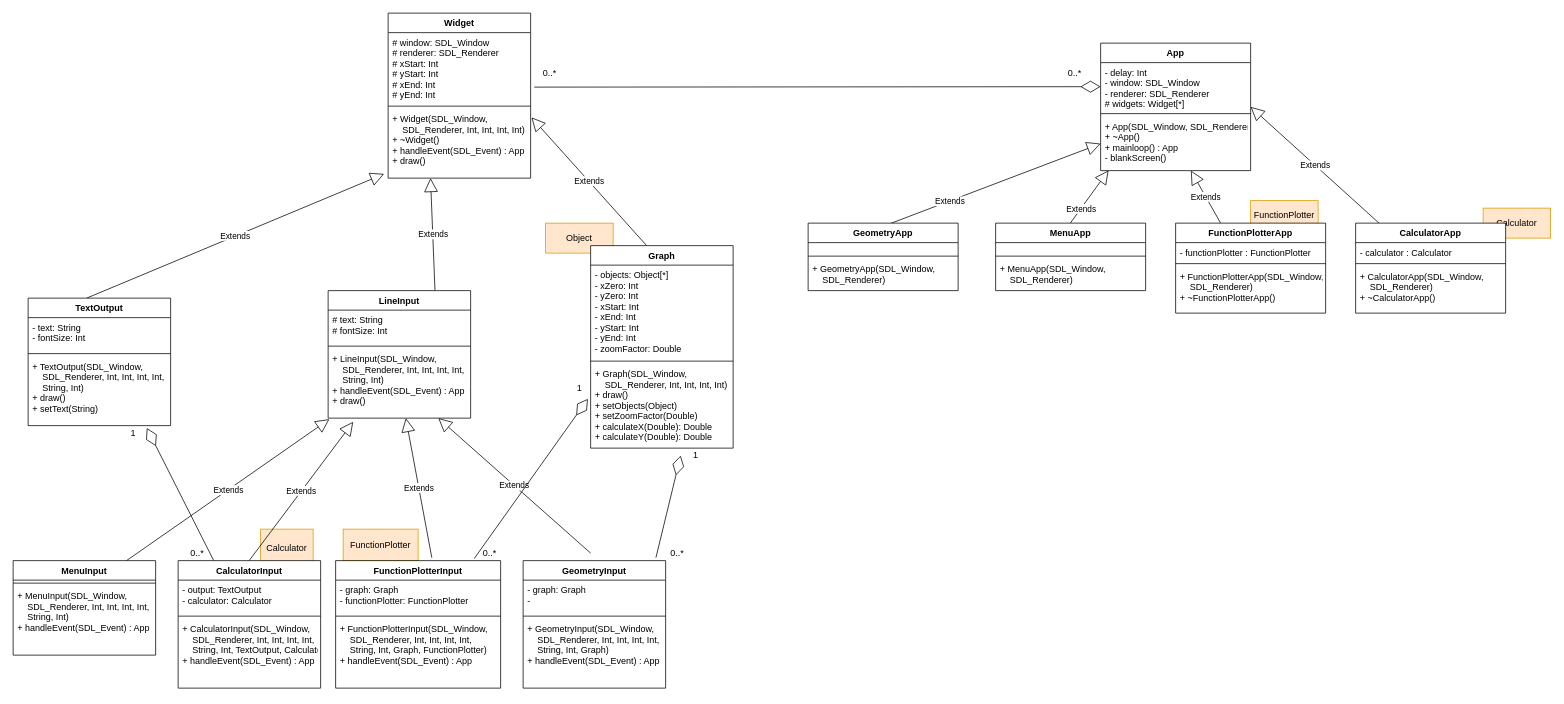
The draw.io diagram class_diagrams_with_inheritance.drawio in ColdIV/math-tool, before the edit. Source tidied: cells renumbered, new cells numbered last; positions are measured from the earlier drawing's top-left corner, leaving out a move shared by most shapes. Both pictures are drawn from the tidied source at 75%, with x=0, y=0 at pixel (13, 13).
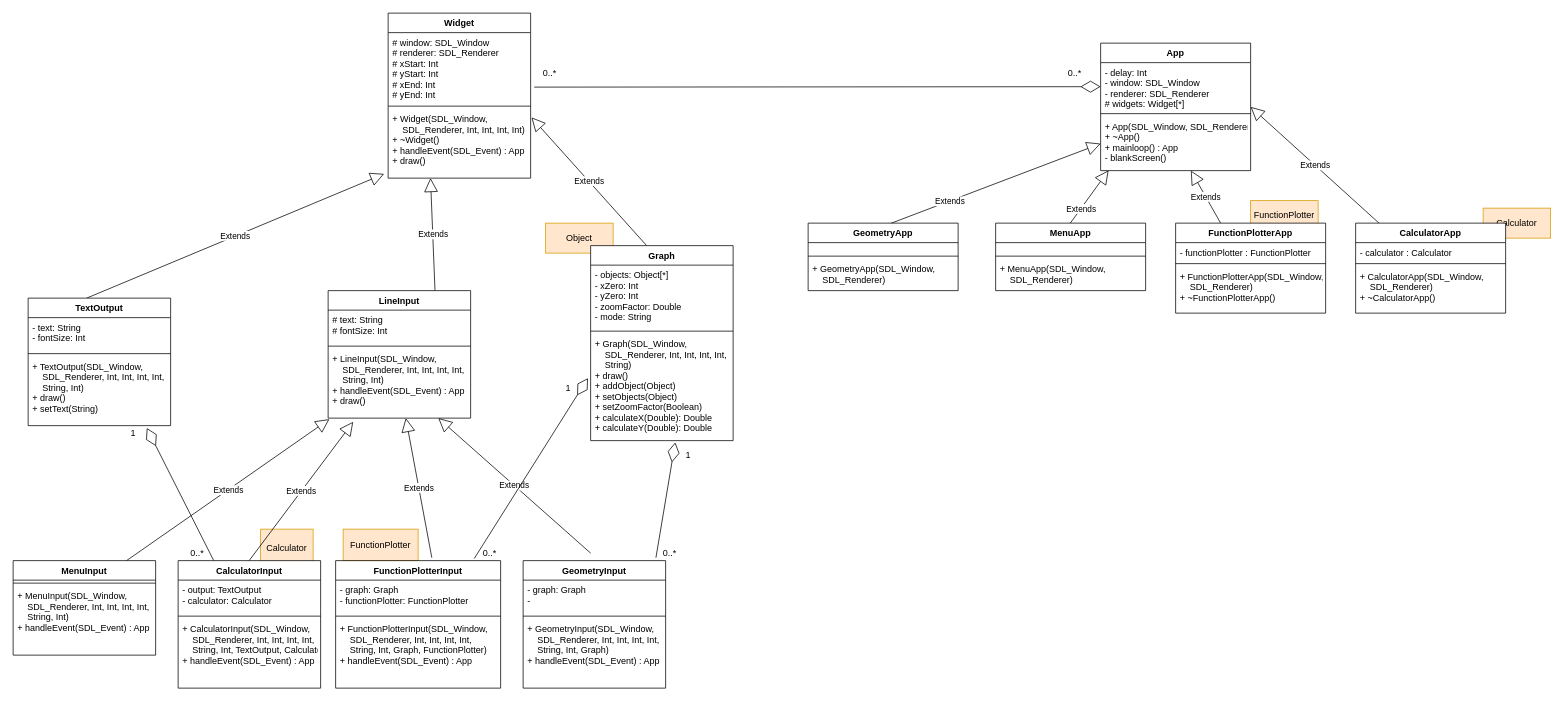
Above is the later version.

Commit message:
Incorporate changes from zoom PR

Unchanged cells that the change refers to:
```xml
<mxCell id="41" value="GeometryInput" style="swimlane;fontStyle=1;align=center;verticalAlign=top;horizontal=1;startSize=26;" parent="1" vertex="1">
  <mxGeometry x="680" y="730" width="190" height="170" as="geometry" />
</mxCell>
```

The edit, as a diff of the source:
```diff
@@
     <mxCell id="22" value="1" style="text;html=1;align=center;verticalAlign=middle;" parent="1" vertex="1">
-      <mxGeometry x="745" y="490" width="20" height="20" as="geometry" />
+      <mxGeometry x="730" y="490" width="20" height="20" as="geometry" />
     </mxCell>
@@
-    <mxCell id="24" style="endArrow=diamondThin;endFill=0;endSize=24;html=1;exitX=0.932;exitY=-0.023;exitDx=0;exitDy=0;exitPerimeter=0;entryX=0.632;entryY=1.089;entryDx=0;entryDy=0;entryPerimeter=0;" parent="1" edge="1" source="41" target="56">
+    <mxCell id="24" style="endArrow=diamondThin;endFill=0;endSize=24;html=1;exitX=0.932;exitY=-0.023;exitDx=0;exitDy=0;exitPerimeter=0;entryX=0.594;entryY=1.017;entryDx=0;entryDy=0;entryPerimeter=0;" parent="1" edge="1" source="41" target="56">
       <mxGeometry relative="1" as="geometry" />
     </mxCell>
     <mxCell id="25" value="1" style="text;html=1;align=center;verticalAlign=middle;" parent="1" vertex="1">
-      <mxGeometry x="900" y="580" width="20" height="20" as="geometry" />
+      <mxGeometry x="890" y="580" width="20" height="20" as="geometry" />
     </mxCell>
     <mxCell id="26" value="0..*" style="text;html=1;align=center;verticalAlign=middle;" parent="1" vertex="1">
-      <mxGeometry x="870" y="710" width="30" height="20" as="geometry" />
+      <mxGeometry x="860" y="710" width="30" height="20" as="geometry" />
     </mxCell>
@@
     <mxCell id="53" value="Graph" style="swimlane;fontStyle=1;align=center;verticalAlign=top;horizontal=1;startSize=26;" parent="1" vertex="1">
-      <mxGeometry x="770" y="310" width="190" height="270" as="geometry" />
+      <mxGeometry x="770" y="310" width="190" height="260" as="geometry" />
     </mxCell>
-    <mxCell id="54" value="- objects: Object[*]&#10;- xZero: Int&#10;- yZero: Int&#10;- xStart: Int&#10;- xEnd: Int&#10;- yStart: Int&#10;- yEnd: Int&#10;- zoomFactor: Double&#10;&#10;" style="text;strokeColor=none;fillColor=none;align=left;verticalAlign=top;spacingLeft=4;spacingRight=4;overflow=hidden;" parent="53" vertex="1">
-      <mxGeometry y="26" width="190" height="124" as="geometry" />
+    <mxCell id="54" value="- objects: Object[*]&#10;- xZero: Int&#10;- yZero: Int&#10;- zoomFactor: Double&#10;- mode: String&#10;&#10;&#10;" style="text;strokeColor=none;fillColor=none;align=left;verticalAlign=top;spacingLeft=4;spacingRight=4;overflow=hidden;" parent="53" vertex="1">
+      <mxGeometry y="26" width="190" height="84" as="geometry" />
     </mxCell>
     <mxCell id="55" style="line;strokeWidth=1;fillColor=none;align=left;verticalAlign=middle;spacingTop=-1;spacingLeft=3;spacingRight=3;labelPosition=right;" parent="53" vertex="1">
-      <mxGeometry y="150" width="190" height="8" as="geometry" />
+      <mxGeometry y="110" width="190" height="8" as="geometry" />
     </mxCell>
-    <mxCell id="56" value="+ Graph(SDL_Window,&#10;    SDL_Renderer, Int, Int, Int, Int)&#10;+ draw()&#10;+ setObjects(Object)&#10;+ setZoomFactor(Double)&#10;+ calculateX(Double): Double&#10;+ calculateY(Double): Double&#10; &#10;" style="text;strokeColor=none;fillColor=none;align=left;verticalAlign=top;spacingLeft=4;spacingRight=4;overflow=hidden;points=[[0,0.5],[1,0.5]];portConstraint=eastwest;" parent="53" vertex="1">
-      <mxGeometry y="158" width="190" height="112" as="geometry" />
+    <mxCell id="56" value="+ Graph(SDL_Window,&#10;    SDL_Renderer, Int, Int, Int, Int,&#10;    String)&#10;+ draw()&#10;+ addObject(Object)&#10;+ setObjects(Object)&#10;+ setZoomFactor(Boolean)&#10;+ calculateX(Double): Double&#10;+ calculateY(Double): Double&#10; &#10;" style="text;strokeColor=none;fillColor=none;align=left;verticalAlign=top;spacingLeft=4;spacingRight=4;overflow=hidden;points=[[0,0.5],[1,0.5]];portConstraint=eastwest;" parent="53" vertex="1">
+      <mxGeometry y="118" width="190" height="142" as="geometry" />
     </mxCell>
```
